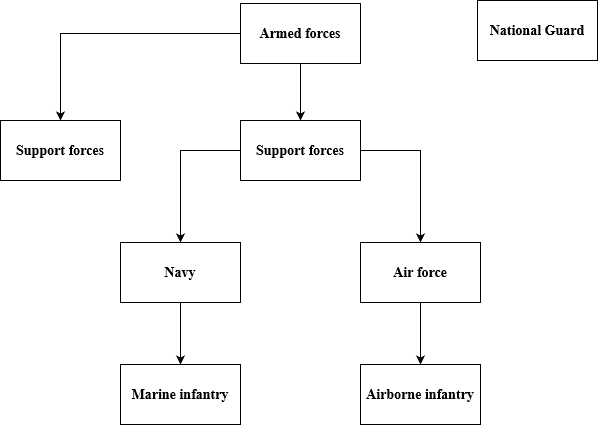
This is src/FinalCourseTask/Armed_forces_branches_diagram.png from riper9819/JavaCourseModule1, a draw.io export, as it was before one commit. Source tidied: cells renumbered, new cells last; positions are measured from the earlier drawing's top-left corner, leaving out a move shared by most shapes. The source it was exported from:
```xml
<mxGraphModel>
  <root>
    <mxCell id="0" />
    <mxCell id="1" parent="0" />
    <mxCell id="2" style="edgeStyle=orthogonalEdgeStyle;rounded=0;jettySize=auto;html=1;exitX=0;exitY=0.5;exitDx=0;exitDy=0;entryX=0.5;entryY=0;entryDx=0;entryDy=0;fontFamily=Times New Roman;fontSize=14;fontStyle=1;" parent="1" edge="1" source="4" target="5">
      <mxGeometry relative="1" as="geometry" />
    </mxCell>
    <mxCell id="3" style="edgeStyle=orthogonalEdgeStyle;rounded=0;jettySize=auto;html=1;exitX=0.5;exitY=1;exitDx=0;exitDy=0;entryX=0.5;entryY=0;entryDx=0;entryDy=0;fontFamily=Times New Roman;fontSize=14;fontStyle=1;" parent="1" edge="1" source="4" target="8">
      <mxGeometry relative="1" as="geometry" />
    </mxCell>
    <mxCell id="4" value="Armed forces" style="rounded=0;whiteSpace=wrap;html=1;fontFamily=Times New Roman;fontSize=14;fontStyle=1;" parent="1" vertex="1">
      <mxGeometry x="240" y="3" width="120" height="60" as="geometry" />
    </mxCell>
    <mxCell id="5" value="Support forces" style="rounded=0;whiteSpace=wrap;html=1;fontFamily=Times New Roman;fontSize=14;fontStyle=1;" parent="1" vertex="1">
      <mxGeometry y="120" width="120" height="60" as="geometry" />
    </mxCell>
    <mxCell id="6" style="edgeStyle=orthogonalEdgeStyle;rounded=0;jettySize=auto;html=1;exitX=1;exitY=0.5;exitDx=0;exitDy=0;entryX=0.5;entryY=0;entryDx=0;entryDy=0;fontFamily=Times New Roman;fontSize=14;fontStyle=1;" parent="1" edge="1" source="8" target="14">
      <mxGeometry relative="1" as="geometry" />
    </mxCell>
    <mxCell id="7" style="edgeStyle=orthogonalEdgeStyle;rounded=0;jettySize=auto;html=1;exitX=0;exitY=0.5;exitDx=0;exitDy=0;fontFamily=Times New Roman;fontSize=14;fontStyle=1;" parent="1" edge="1" source="8" target="11">
      <mxGeometry relative="1" as="geometry" />
    </mxCell>
    <mxCell id="8" value="Support forces" style="rounded=0;whiteSpace=wrap;html=1;fontFamily=Times New Roman;fontSize=14;fontStyle=1;" parent="1" vertex="1">
      <mxGeometry x="240" y="120" width="120" height="60" as="geometry" />
    </mxCell>
    <mxCell id="9" value="Airborne infantry" style="rounded=0;whiteSpace=wrap;html=1;fontFamily=Times New Roman;fontSize=14;fontStyle=1;" parent="1" vertex="1">
      <mxGeometry x="360" y="364" width="120" height="60" as="geometry" />
    </mxCell>
    <mxCell id="10" style="edgeStyle=orthogonalEdgeStyle;rounded=0;jettySize=auto;html=1;exitX=0.5;exitY=1;exitDx=0;exitDy=0;entryX=0.5;entryY=0;entryDx=0;entryDy=0;fontFamily=Times New Roman;fontSize=14;fontStyle=1;" parent="1" edge="1" source="11" target="12">
      <mxGeometry relative="1" as="geometry" />
    </mxCell>
    <mxCell id="11" value="Navy" style="rounded=0;whiteSpace=wrap;html=1;fontFamily=Times New Roman;fontSize=14;fontStyle=1;" parent="1" vertex="1">
      <mxGeometry x="120" y="242" width="120" height="60" as="geometry" />
    </mxCell>
    <mxCell id="12" value="Marine infantry" style="rounded=0;whiteSpace=wrap;html=1;fontFamily=Times New Roman;fontSize=14;fontStyle=1;" parent="1" vertex="1">
      <mxGeometry x="120" y="364" width="120" height="60" as="geometry" />
    </mxCell>
    <mxCell id="13" style="edgeStyle=orthogonalEdgeStyle;rounded=0;jettySize=auto;html=1;exitX=0.5;exitY=1;exitDx=0;exitDy=0;entryX=0.5;entryY=0;entryDx=0;entryDy=0;fontFamily=Times New Roman;fontSize=14;fontStyle=1;" parent="1" edge="1" source="14" target="9">
      <mxGeometry relative="1" as="geometry" />
    </mxCell>
    <mxCell id="14" value="Air force" style="rounded=0;whiteSpace=wrap;html=1;fontFamily=Times New Roman;fontSize=14;fontStyle=1;" parent="1" vertex="1">
      <mxGeometry x="360" y="242" width="120" height="60" as="geometry" />
    </mxCell>
    <mxCell id="15" value="National Guard" style="rounded=0;whiteSpace=wrap;html=1;fontFamily=Times New Roman;fontSize=14;fontStyle=1;" parent="1" vertex="1">
      <mxGeometry x="477" width="120" height="60" as="geometry" />
    </mxCell>
  </root>
</mxGraphModel>
```
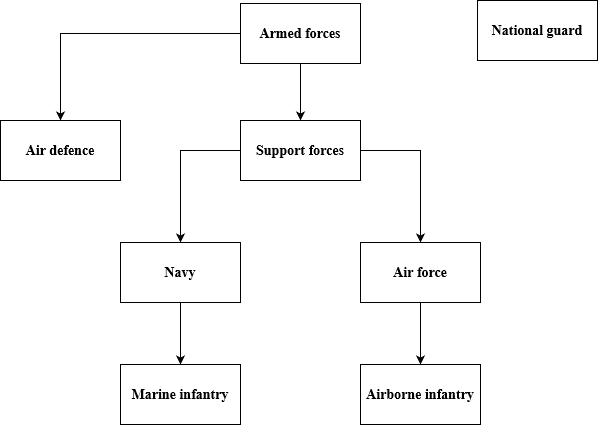
The same diagram one commit later.

What changed in the source:
```diff
@@ -11,7 +11,7 @@
     <mxCell id="4" value="Armed forces" style="rounded=0;whiteSpace=wrap;html=1;fontFamily=Times New Roman;fontSize=14;fontStyle=1;" parent="1" vertex="1">
       <mxGeometry x="240" y="3" width="120" height="60" as="geometry" />
     </mxCell>
-    <mxCell id="5" value="Support forces" style="rounded=0;whiteSpace=wrap;html=1;fontFamily=Times New Roman;fontSize=14;fontStyle=1;" parent="1" vertex="1">
+    <mxCell id="5" value="Air defence" style="rounded=0;whiteSpace=wrap;html=1;fontFamily=Times New Roman;fontSize=14;fontStyle=1;" parent="1" vertex="1">
       <mxGeometry y="120" width="120" height="60" as="geometry" />
     </mxCell>
     <mxCell id="6" style="edgeStyle=orthogonalEdgeStyle;rounded=0;jettySize=auto;html=1;exitX=1;exitY=0.5;exitDx=0;exitDy=0;entryX=0.5;entryY=0;entryDx=0;entryDy=0;fontFamily=Times New Roman;fontSize=14;fontStyle=1;" parent="1" edge="1" source="8" target="14">
@@ -41,7 +41,7 @@
     <mxCell id="14" value="Air force" style="rounded=0;whiteSpace=wrap;html=1;fontFamily=Times New Roman;fontSize=14;fontStyle=1;" parent="1" vertex="1">
       <mxGeometry x="360" y="242" width="120" height="60" as="geometry" />
     </mxCell>
-    <mxCell id="15" value="National Guard" style="rounded=0;whiteSpace=wrap;html=1;fontFamily=Times New Roman;fontSize=14;fontStyle=1;" parent="1" vertex="1">
+    <mxCell id="15" value="National guard" style="rounded=0;whiteSpace=wrap;html=1;fontFamily=Times New Roman;fontSize=14;fontStyle=1;" parent="1" vertex="1">
       <mxGeometry x="477" width="120" height="60" as="geometry" />
     </mxCell>
   </root>
```
